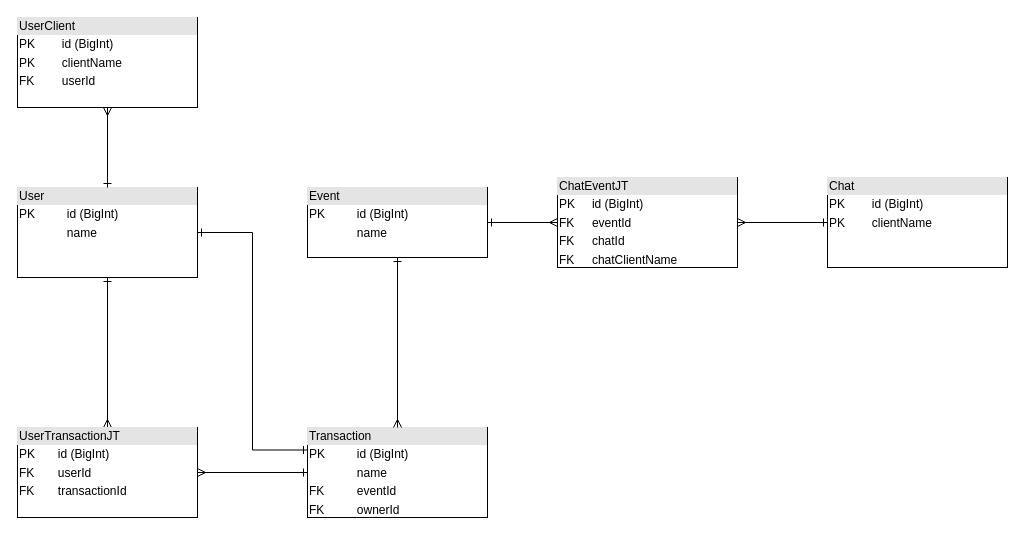
MemeCorp/expense-tracker-bot keeps this draw.io diagram as page "ERD" (4 of 4) of ExpenseTrackingDiagrams.drawio. Above is the earlier version. Source tidied: cells renumbered, new cells numbered last; positions are measured from the earlier drawing's top-left corner, leaving out a move shared by most shapes. Both pictures are drawn from the tidied source at 100%, with x=0, y=0 at pixel (17, 17).
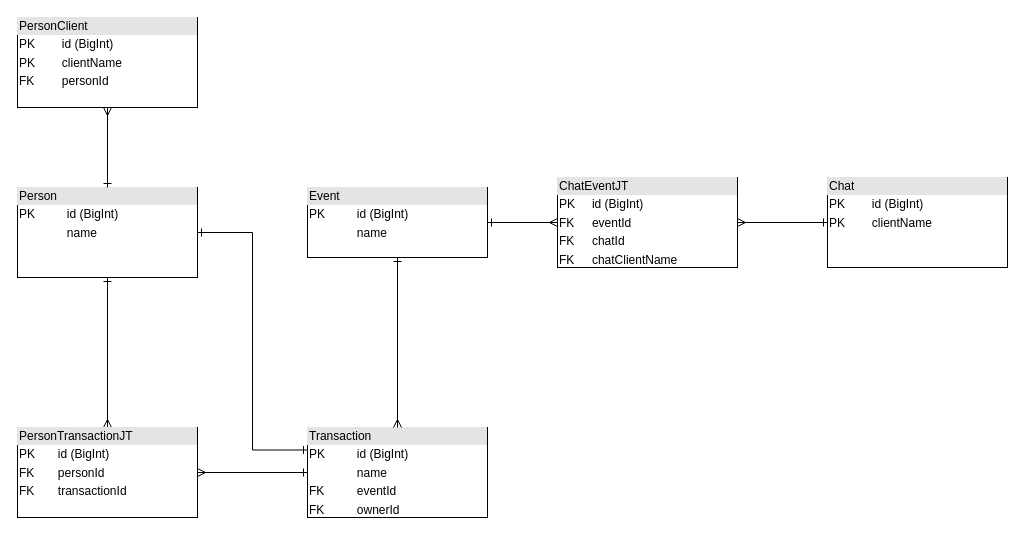
The same diagram, later.

Change to the diagram source:
```diff
@@
 <mxGraphModel>
   <root>
     <mxCell id="0" />
     <mxCell id="1" parent="0" />
     <mxCell id="2" style="edgeStyle=orthogonalEdgeStyle;rounded=0;jettySize=auto;html=1;startArrow=ERmany;startFill=0;endArrow=ERone;endFill=0;" parent="1" edge="1" source="5" target="11">
       <mxGeometry relative="1" as="geometry" />
     </mxCell>
     <mxCell id="3" style="edgeStyle=orthogonalEdgeStyle;rounded=0;jettySize=auto;html=1;startArrow=ERone;startFill=0;endArrow=ERone;endFill=0;entryX=0;entryY=0.25;entryDx=0;entryDy=0;exitX=1;exitY=0.5;exitDx=0;exitDy=0;" parent="1" edge="1" source="13" target="11">
       <mxGeometry relative="1" as="geometry" />
     </mxCell>
     <mxCell id="4" style="edgeStyle=orthogonalEdgeStyle;rounded=0;jettySize=auto;html=1;exitX=0.5;exitY=0;exitDx=0;exitDy=0;entryX=0.5;entryY=1;entryDx=0;entryDy=0;startArrow=ERmany;startFill=0;endArrow=ERone;endFill=0;" parent="1" edge="1" source="5" target="13">
       <mxGeometry relative="1" as="geometry" />
     </mxCell>
-    <mxCell id="5" value="&lt;div style=&quot;box-sizing: border-box ; width: 100% ; background: #e4e4e4 ; padding: 2px&quot;&gt;UserTransactionJT&lt;/div&gt;&lt;table style=&quot;width: 100% ; font-size: 1em&quot; cellpadding=&quot;2&quot; cellspacing=&quot;0&quot;&gt;&lt;tbody&gt;&lt;tr&gt;&lt;td&gt;PK&lt;/td&gt;&lt;td&gt;id (BigInt)&lt;/td&gt;&lt;/tr&gt;&lt;tr&gt;&lt;td&gt;FK&lt;/td&gt;&lt;td&gt;userId&lt;br&gt;&lt;/td&gt;&lt;/tr&gt;&lt;tr&gt;&lt;td&gt;FK&lt;/td&gt;&lt;td&gt;transactionId&lt;br&gt;&lt;/td&gt;&lt;/tr&gt;&lt;tr&gt;&lt;td&gt;&lt;/td&gt;&lt;td&gt;&lt;br&gt;&lt;/td&gt;&lt;/tr&gt;&lt;/tbody&gt;&lt;/table&gt;" style="verticalAlign=top;align=left;overflow=fill;html=1;" parent="1" vertex="1">
+    <mxCell id="5" value="&lt;div style=&quot;box-sizing: border-box ; width: 100% ; background: #e4e4e4 ; padding: 2px&quot;&gt;PersonTransactionJT&lt;/div&gt;&lt;table style=&quot;width: 100% ; font-size: 1em&quot; cellpadding=&quot;2&quot; cellspacing=&quot;0&quot;&gt;&lt;tbody&gt;&lt;tr&gt;&lt;td&gt;PK&lt;/td&gt;&lt;td&gt;id (BigInt)&lt;/td&gt;&lt;/tr&gt;&lt;tr&gt;&lt;td&gt;FK&lt;/td&gt;&lt;td&gt;personId&lt;br&gt;&lt;/td&gt;&lt;/tr&gt;&lt;tr&gt;&lt;td&gt;FK&lt;/td&gt;&lt;td&gt;transactionId&lt;br&gt;&lt;/td&gt;&lt;/tr&gt;&lt;tr&gt;&lt;td&gt;&lt;/td&gt;&lt;td&gt;&lt;br&gt;&lt;/td&gt;&lt;/tr&gt;&lt;/tbody&gt;&lt;/table&gt;" style="verticalAlign=top;align=left;overflow=fill;html=1;" parent="1" vertex="1">
       <mxGeometry y="410" width="180" height="90" as="geometry" />
     </mxCell>
     <mxCell id="6" value="&lt;div style=&quot;box-sizing: border-box ; width: 100% ; background: #e4e4e4 ; padding: 2px&quot;&gt;Event&lt;/div&gt;&lt;table style=&quot;width: 100% ; font-size: 1em&quot; cellpadding=&quot;2&quot; cellspacing=&quot;0&quot;&gt;&lt;tbody&gt;&lt;tr&gt;&lt;td&gt;PK&lt;/td&gt;&lt;td&gt;id (BigInt)&lt;/td&gt;&lt;/tr&gt;&lt;tr&gt;&lt;td&gt;&lt;br&gt;&lt;/td&gt;&lt;td&gt;name&lt;br&gt;&lt;/td&gt;&lt;/tr&gt;&lt;tr&gt;&lt;td&gt;&lt;/td&gt;&lt;td&gt;&lt;br&gt;&lt;/td&gt;&lt;/tr&gt;&lt;/tbody&gt;&lt;/table&gt;" style="verticalAlign=top;align=left;overflow=fill;html=1;" parent="1" vertex="1">
       <mxGeometry x="290" y="170" width="180" height="70" as="geometry" />
     </mxCell>
     <mxCell id="7" value="&lt;div style=&quot;box-sizing: border-box ; width: 100% ; background: #e4e4e4 ; padding: 2px&quot;&gt;Chat&lt;/div&gt;&lt;table style=&quot;width: 100% ; font-size: 1em&quot; cellpadding=&quot;2&quot; cellspacing=&quot;0&quot;&gt;&lt;tbody&gt;&lt;tr&gt;&lt;td&gt;PK&lt;/td&gt;&lt;td&gt;id (BigInt)&lt;/td&gt;&lt;/tr&gt;&lt;tr&gt;&lt;td&gt;PK&lt;/td&gt;&lt;td&gt;clientName&lt;/td&gt;&lt;/tr&gt;&lt;tr&gt;&lt;td&gt;&lt;/td&gt;&lt;td&gt;&lt;br&gt;&lt;/td&gt;&lt;/tr&gt;&lt;/tbody&gt;&lt;/table&gt;" style="verticalAlign=top;align=left;overflow=fill;html=1;" parent="1" vertex="1">
       <mxGeometry x="810" y="160" width="180" height="90" as="geometry" />
     </mxCell>
     <mxCell id="8" style="edgeStyle=orthogonalEdgeStyle;rounded=0;jettySize=auto;html=1;endArrow=ERone;endFill=0;startArrow=ERmany;startFill=0;" parent="1" edge="1" source="9" target="7">
       <mxGeometry relative="1" as="geometry" />
     </mxCell>
     <mxCell id="9" value="&lt;div style=&quot;box-sizing: border-box ; width: 100% ; background: #e4e4e4 ; padding: 2px&quot;&gt;ChatEventJT&lt;/div&gt;&lt;table style=&quot;width: 100% ; font-size: 1em&quot; cellpadding=&quot;2&quot; cellspacing=&quot;0&quot;&gt;&lt;tbody&gt;&lt;tr&gt;&lt;td&gt;PK&lt;/td&gt;&lt;td&gt;id (BigInt)&lt;/td&gt;&lt;/tr&gt;&lt;tr&gt;&lt;td&gt;FK&lt;/td&gt;&lt;td&gt;eventId&lt;br&gt;&lt;/td&gt;&lt;/tr&gt;&lt;tr&gt;&lt;td&gt;FK&lt;/td&gt;&lt;td&gt;chatId&lt;/td&gt;&lt;/tr&gt;&lt;tr&gt;&lt;td&gt;FK&lt;/td&gt;&lt;td&gt;chatClientName&lt;/td&gt;&lt;/tr&gt;&lt;tr&gt;&lt;td&gt;&lt;/td&gt;&lt;td&gt;&lt;br&gt;&lt;/td&gt;&lt;/tr&gt;&lt;/tbody&gt;&lt;/table&gt;" style="verticalAlign=top;align=left;overflow=fill;html=1;" parent="1" vertex="1">
       <mxGeometry x="540" y="160" width="180" height="90" as="geometry" />
     </mxCell>
     <mxCell id="10" style="edgeStyle=orthogonalEdgeStyle;rounded=0;jettySize=auto;html=1;endArrow=ERone;endFill=0;startArrow=ERmany;startFill=0;exitX=0;exitY=0.5;exitDx=0;exitDy=0;" parent="1" edge="1" source="9" target="6">
       <mxGeometry relative="1" as="geometry" />
     </mxCell>
     <mxCell id="11" value="&lt;div style=&quot;box-sizing: border-box ; width: 100% ; background: #e4e4e4 ; padding: 2px&quot;&gt;Transaction&lt;/div&gt;&lt;table style=&quot;width: 100% ; font-size: 1em&quot; cellpadding=&quot;2&quot; cellspacing=&quot;0&quot;&gt;&lt;tbody&gt;&lt;tr&gt;&lt;td&gt;PK&lt;/td&gt;&lt;td&gt;id (BigInt)&lt;/td&gt;&lt;/tr&gt;&lt;tr&gt;&lt;td&gt;&lt;br&gt;&lt;/td&gt;&lt;td&gt;name&lt;/td&gt;&lt;/tr&gt;&lt;tr&gt;&lt;td&gt;FK&lt;/td&gt;&lt;td&gt;eventId&lt;/td&gt;&lt;/tr&gt;&lt;tr&gt;&lt;td&gt;FK&lt;/td&gt;&lt;td&gt;ownerId&lt;/td&gt;&lt;/tr&gt;&lt;tr&gt;&lt;td&gt;&lt;br&gt;&lt;/td&gt;&lt;td&gt;&lt;br&gt;&lt;/td&gt;&lt;/tr&gt;&lt;/tbody&gt;&lt;/table&gt;" style="verticalAlign=top;align=left;overflow=fill;html=1;" parent="1" vertex="1">
       <mxGeometry x="290" y="410" width="180" height="90" as="geometry" />
     </mxCell>
     <mxCell id="12" style="edgeStyle=orthogonalEdgeStyle;rounded=0;jettySize=auto;html=1;endArrow=ERone;endFill=0;startArrow=ERmany;startFill=0;" parent="1" edge="1" source="11" target="6">
       <mxGeometry relative="1" as="geometry" />
     </mxCell>
-    <mxCell id="13" value="&lt;div style=&quot;box-sizing: border-box ; width: 100% ; background: #e4e4e4 ; padding: 2px&quot;&gt;User&lt;/div&gt;&lt;table style=&quot;width: 100% ; font-size: 1em&quot; cellpadding=&quot;2&quot; cellspacing=&quot;0&quot;&gt;&lt;tbody&gt;&lt;tr&gt;&lt;td&gt;PK&lt;/td&gt;&lt;td&gt;id (BigInt)&lt;/td&gt;&lt;/tr&gt;&lt;tr&gt;&lt;td&gt;&lt;br&gt;&lt;/td&gt;&lt;td&gt;name&lt;/td&gt;&lt;/tr&gt;&lt;tr&gt;&lt;td&gt;&lt;/td&gt;&lt;td&gt;&lt;br&gt;&lt;/td&gt;&lt;/tr&gt;&lt;/tbody&gt;&lt;/table&gt;" style="verticalAlign=top;align=left;overflow=fill;html=1;" parent="1" vertex="1">
+    <mxCell id="13" value="&lt;div style=&quot;box-sizing: border-box ; width: 100% ; background: #e4e4e4 ; padding: 2px&quot;&gt;Person&lt;/div&gt;&lt;table style=&quot;width: 100% ; font-size: 1em&quot; cellpadding=&quot;2&quot; cellspacing=&quot;0&quot;&gt;&lt;tbody&gt;&lt;tr&gt;&lt;td&gt;PK&lt;/td&gt;&lt;td&gt;id (BigInt)&lt;/td&gt;&lt;/tr&gt;&lt;tr&gt;&lt;td&gt;&lt;br&gt;&lt;/td&gt;&lt;td&gt;name&lt;/td&gt;&lt;/tr&gt;&lt;tr&gt;&lt;td&gt;&lt;/td&gt;&lt;td&gt;&lt;br&gt;&lt;/td&gt;&lt;/tr&gt;&lt;/tbody&gt;&lt;/table&gt;" style="verticalAlign=top;align=left;overflow=fill;html=1;" parent="1" vertex="1">
       <mxGeometry y="170" width="180" height="90" as="geometry" />
     </mxCell>
     <mxCell id="14" style="edgeStyle=orthogonalEdgeStyle;rounded=0;jettySize=auto;html=1;exitX=0.5;exitY=1;exitDx=0;exitDy=0;startArrow=ERmany;startFill=0;endArrow=ERone;endFill=0;" parent="1" edge="1" source="15" target="13">
       <mxGeometry relative="1" as="geometry" />
     </mxCell>
-    <mxCell id="15" value="&lt;div style=&quot;box-sizing: border-box ; width: 100% ; background: #e4e4e4 ; padding: 2px&quot;&gt;UserClient&lt;/div&gt;&lt;table style=&quot;width: 100% ; font-size: 1em&quot; cellpadding=&quot;2&quot; cellspacing=&quot;0&quot;&gt;&lt;tbody&gt;&lt;tr&gt;&lt;td&gt;PK&lt;/td&gt;&lt;td&gt;id (BigInt)&lt;/td&gt;&lt;/tr&gt;&lt;tr&gt;&lt;td&gt;PK&lt;/td&gt;&lt;td&gt;clientName&lt;/td&gt;&lt;/tr&gt;&lt;tr&gt;&lt;td&gt;FK&lt;/td&gt;&lt;td&gt;userId&lt;/td&gt;&lt;/tr&gt;&lt;tr&gt;&lt;td&gt;&lt;/td&gt;&lt;td&gt;&lt;br&gt;&lt;/td&gt;&lt;/tr&gt;&lt;/tbody&gt;&lt;/table&gt;" style="verticalAlign=top;align=left;overflow=fill;html=1;" parent="1" vertex="1">
+    <mxCell id="15" value="&lt;div style=&quot;box-sizing: border-box ; width: 100% ; background: #e4e4e4 ; padding: 2px&quot;&gt;PersonClient&lt;/div&gt;&lt;table style=&quot;width: 100% ; font-size: 1em&quot; cellpadding=&quot;2&quot; cellspacing=&quot;0&quot;&gt;&lt;tbody&gt;&lt;tr&gt;&lt;td&gt;PK&lt;/td&gt;&lt;td&gt;id (BigInt)&lt;/td&gt;&lt;/tr&gt;&lt;tr&gt;&lt;td&gt;PK&lt;/td&gt;&lt;td&gt;clientName&lt;/td&gt;&lt;/tr&gt;&lt;tr&gt;&lt;td&gt;FK&lt;/td&gt;&lt;td&gt;personId&lt;/td&gt;&lt;/tr&gt;&lt;tr&gt;&lt;td&gt;&lt;/td&gt;&lt;td&gt;&lt;br&gt;&lt;/td&gt;&lt;/tr&gt;&lt;/tbody&gt;&lt;/table&gt;" style="verticalAlign=top;align=left;overflow=fill;html=1;" parent="1" vertex="1">
       <mxGeometry width="180" height="90" as="geometry" />
     </mxCell>
   </root>
 </mxGraphModel>
```
